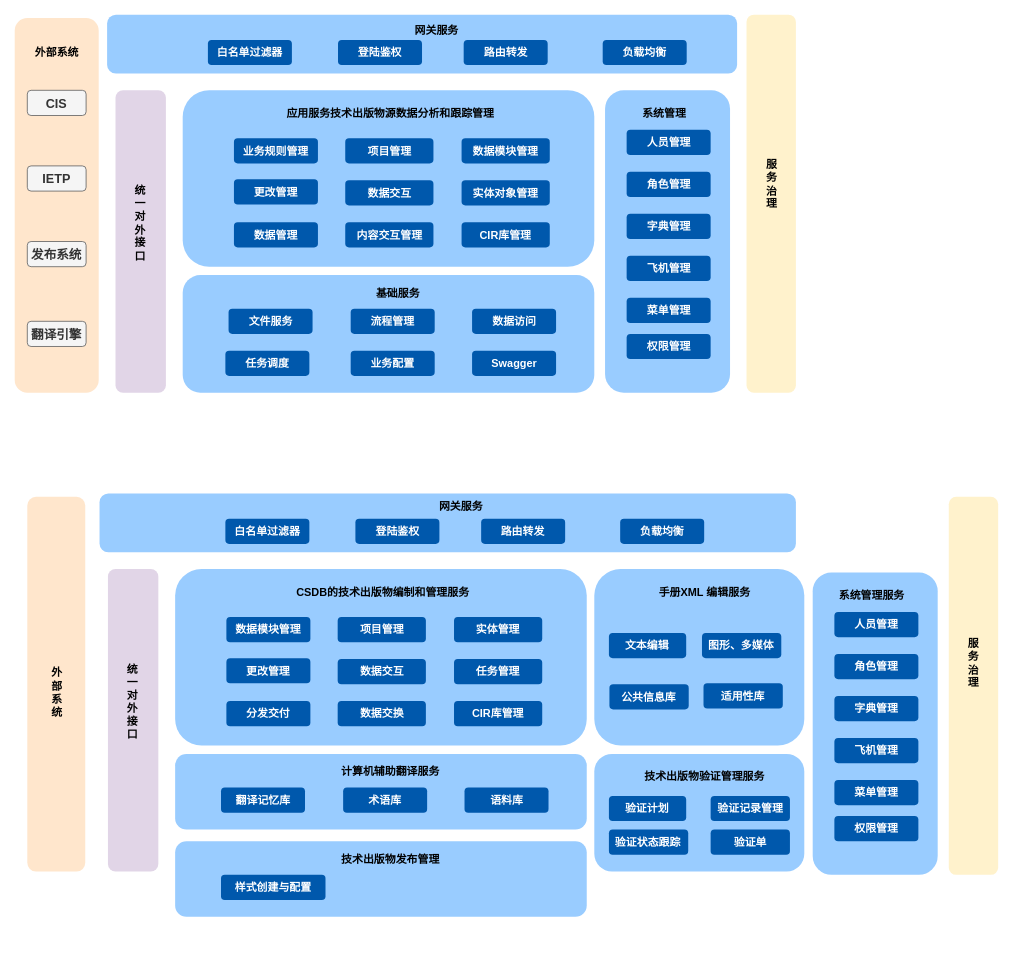
Above: 机载共性/机载共性应用架构.drawio in DemonHan/KuickBuy (draw.io), before the change. Source tidied: cells renumbered, new cells numbered last; positions are measured from the earlier drawing's top-left corner, leaving out a move shared by most shapes. Both pictures are drawn from the tidied source at 84%, with x=0, y=0 at pixel (14, 14).
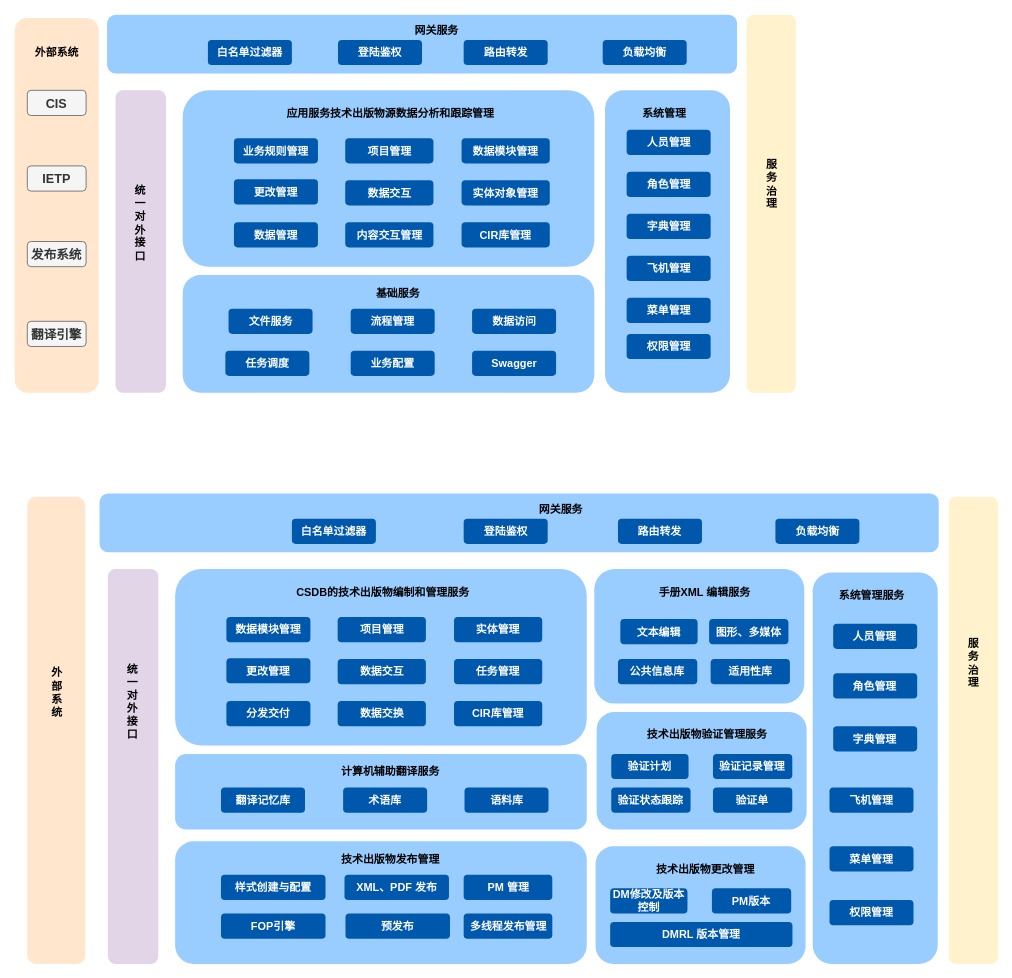
The same page after the edit.

Commit message (it also covers changes not shown here):
更新机载共性应用架构.drawio

What changed in the source:
```diff
@@
     <mxCell id="50" style="rounded=1;whiteSpace=wrap;html=1;fillColor=#99CCFF;strokeColor=none;" parent="1" vertex="1">
-      <mxGeometry x="950" y="664" width="148.8" height="360" as="geometry" />
+      <mxGeometry x="950" y="664" width="148.8" height="466" as="geometry" />
     </mxCell>
@@
     <mxCell id="52" value="人员管理" style="rounded=1;whiteSpace=wrap;html=1;fontStyle=1;fontSize=13;strokeColor=none;fillColor=#0058AC;fontColor=#FFFFFF;" parent="1" vertex="1">
-      <mxGeometry x="975.8" y="711" width="100" height="30" as="geometry" />
+      <mxGeometry x="974.4" y="725" width="100" height="30" as="geometry" />
     </mxCell>
     <mxCell id="53" value="角色管理" style="rounded=1;whiteSpace=wrap;html=1;fontStyle=1;fontSize=13;strokeColor=none;fillColor=#0058AC;fontColor=#FFFFFF;" parent="1" vertex="1">
-      <mxGeometry x="975.8" y="761" width="100" height="30" as="geometry" />
+      <mxGeometry x="974.4" y="784" width="100" height="30" as="geometry" />
     </mxCell>
     <mxCell id="54" value="字典管理" style="rounded=1;whiteSpace=wrap;html=1;fontStyle=1;fontSize=13;strokeColor=none;fillColor=#0058AC;fontColor=#FFFFFF;" parent="1" vertex="1">
-      <mxGeometry x="975.8" y="811" width="100" height="30" as="geometry" />
+      <mxGeometry x="974.4" y="847" width="100" height="30" as="geometry" />
     </mxCell>
     <mxCell id="55" value="飞机管理" style="rounded=1;whiteSpace=wrap;html=1;fontStyle=1;fontSize=13;strokeColor=none;fillColor=#0058AC;fontColor=#FFFFFF;" parent="1" vertex="1">
-      <mxGeometry x="975.8" y="861" width="100" height="30" as="geometry" />
+      <mxGeometry x="970" y="920" width="100" height="30" as="geometry" />
     </mxCell>
     <mxCell id="56" value="菜单管理" style="rounded=1;whiteSpace=wrap;html=1;fontStyle=1;fontSize=13;strokeColor=none;fillColor=#0058AC;fontColor=#FFFFFF;" parent="1" vertex="1">
-      <mxGeometry x="975.8" y="911" width="100" height="30" as="geometry" />
+      <mxGeometry x="970" y="990" width="100" height="30" as="geometry" />
     </mxCell>
     <mxCell id="57" value="权限管理" style="rounded=1;whiteSpace=wrap;html=1;fontStyle=1;fontSize=13;strokeColor=none;fillColor=#0058AC;fontColor=#FFFFFF;" parent="1" vertex="1">
-      <mxGeometry x="975.8" y="954" width="100" height="30" as="geometry" />
+      <mxGeometry x="970" y="1054" width="100" height="30" as="geometry" />
     </mxCell>
@@
     <mxCell id="69" style="rounded=1;whiteSpace=wrap;html=1;fillColor=#99CCFF;strokeColor=none;" parent="1" vertex="1">
-      <mxGeometry x="101" y="570" width="829" height="70" as="geometry" />
+      <mxGeometry x="101" y="570" width="999" height="70" as="geometry" />
     </mxCell>
     <mxCell id="70" value="网关服务" style="text;html=1;align=center;verticalAlign=middle;strokeColor=none;fillColor=none;fontStyle=1;fontSize=13;" parent="1" vertex="1">
-      <mxGeometry x="491" y="570" width="80" height="30" as="geometry" />
+      <mxGeometry x="610" y="574" width="80" height="30" as="geometry" />
     </mxCell>
     <mxCell id="71" value="白名单过滤器" style="rounded=1;whiteSpace=wrap;html=1;fontStyle=1;fontSize=13;strokeColor=none;fillColor=#0058AC;fontColor=#FFFFFF;" parent="1" vertex="1">
-      <mxGeometry x="250.8" y="600" width="100" height="30" as="geometry" />
+      <mxGeometry x="330" y="600" width="100" height="30" as="geometry" />
     </mxCell>
     <mxCell id="72" value="登陆鉴权" style="rounded=1;whiteSpace=wrap;html=1;fontStyle=1;fontSize=13;strokeColor=none;fillColor=#0058AC;fontColor=#FFFFFF;" parent="1" vertex="1">
-      <mxGeometry x="405.6" y="600" width="100" height="30" as="geometry" />
+      <mxGeometry x="534.5" y="600" width="100" height="30" as="geometry" />
     </mxCell>
     <mxCell id="73" value="路由转发" style="rounded=1;whiteSpace=wrap;html=1;fontStyle=1;fontSize=13;strokeColor=none;fillColor=#0058AC;fontColor=#FFFFFF;" parent="1" vertex="1">
-      <mxGeometry x="555.3" y="600" width="100" height="30" as="geometry" />
+      <mxGeometry x="718.2" y="600" width="100" height="30" as="geometry" />
     </mxCell>
     <mxCell id="74" value="负载均衡" style="rounded=1;whiteSpace=wrap;html=1;fontStyle=1;fontSize=13;strokeColor=none;fillColor=#0058AC;fontColor=#FFFFFF;" parent="1" vertex="1">
-      <mxGeometry x="720.8" y="600" width="100" height="30" as="geometry" />
+      <mxGeometry x="905.6" y="600" width="100" height="30" as="geometry" />
     </mxCell>
     <mxCell id="75" style="rounded=1;whiteSpace=wrap;html=1;fillColor=#e1d5e7;strokeColor=none;" parent="1" vertex="1">
-      <mxGeometry x="111" y="660" width="60" height="360" as="geometry" />
+      <mxGeometry x="111" y="660" width="60" height="470" as="geometry" />
     </mxCell>
@@
     <mxCell id="77" style="rounded=1;whiteSpace=wrap;html=1;fillColor=#fff2cc;strokeColor=none;" parent="1" vertex="1">
-      <mxGeometry x="1112" y="574" width="58.8" height="450" as="geometry" />
+      <mxGeometry x="1112" y="574" width="58.8" height="556" as="geometry" />
     </mxCell>
@@
     <mxCell id="79" style="rounded=1;whiteSpace=wrap;html=1;fillColor=#ffe6cc;strokeColor=none;" parent="1" vertex="1">
-      <mxGeometry x="15" y="574" width="69" height="446" as="geometry" />
+      <mxGeometry x="15" y="574" width="69" height="556" as="geometry" />
     </mxCell>
@@
     <mxCell id="81" style="rounded=1;whiteSpace=wrap;html=1;fillColor=#99CCFF;strokeColor=none;" parent="1" vertex="1">
-      <mxGeometry x="690" y="660" width="250" height="210" as="geometry" />
+      <mxGeometry x="690" y="660" width="250" height="160" as="geometry" />
     </mxCell>
@@
     <mxCell id="83" value="文本编辑" style="rounded=1;whiteSpace=wrap;html=1;fontStyle=1;fontSize=13;strokeColor=none;fillColor=#0058AC;fontColor=#FFFFFF;" parent="1" vertex="1">
-      <mxGeometry x="707.4" y="736" width="92" height="30" as="geometry" />
+      <mxGeometry x="721" y="719.5" width="92" height="30" as="geometry" />
     </mxCell>
     <mxCell id="84" value="图形、多媒体" style="rounded=1;whiteSpace=wrap;html=1;fontStyle=1;fontSize=13;strokeColor=none;fillColor=#0058AC;fontColor=#FFFFFF;" parent="1" vertex="1">
-      <mxGeometry x="818.2" y="736" width="94.4" height="30" as="geometry" />
+      <mxGeometry x="826.7" y="719.5" width="94.4" height="30" as="geometry" />
     </mxCell>
     <mxCell id="85" value="公共信息库" style="rounded=1;whiteSpace=wrap;html=1;fontStyle=1;fontSize=13;strokeColor=none;fillColor=#0058AC;fontColor=#FFFFFF;" parent="1" vertex="1">
-      <mxGeometry x="708" y="797" width="94.4" height="30" as="geometry" />
+      <mxGeometry x="718.2" y="767" width="94.4" height="30" as="geometry" />
     </mxCell>
     <mxCell id="86" value="适用性库" style="rounded=1;whiteSpace=wrap;html=1;fontStyle=1;fontSize=13;strokeColor=none;fillColor=#0058AC;fontColor=#FFFFFF;" parent="1" vertex="1">
-      <mxGeometry x="820" y="796" width="94.4" height="30" as="geometry" />
+      <mxGeometry x="828.5" y="767" width="94.4" height="30" as="geometry" />
     </mxCell>
     <mxCell id="87" style="rounded=1;whiteSpace=wrap;html=1;fillColor=#99CCFF;strokeColor=none;" parent="1" vertex="1">
-      <mxGeometry x="690" y="880" width="250" height="140" as="geometry" />
+      <mxGeometry x="692.8" y="830" width="250" height="140" as="geometry" />
     </mxCell>
     <mxCell id="88" value="技术出版物验证管理服务" style="text;html=1;align=center;verticalAlign=middle;strokeColor=none;fillColor=none;fontStyle=1;fontSize=13;" parent="1" vertex="1">
-      <mxGeometry x="735.6" y="892" width="170" height="30" as="geometry" />
+      <mxGeometry x="738.5" y="842" width="170" height="30" as="geometry" />
     </mxCell>
     <mxCell id="89" value="验证计划" style="rounded=1;whiteSpace=wrap;html=1;fontStyle=1;fontSize=13;strokeColor=none;fillColor=#0058AC;fontColor=#FFFFFF;" parent="1" vertex="1">
-      <mxGeometry x="707.4" y="930" width="92" height="30" as="geometry" />
+      <mxGeometry x="710.2" y="880" width="92" height="30" as="geometry" />
     </mxCell>
     <mxCell id="90" value="验证记录管理" style="rounded=1;whiteSpace=wrap;html=1;fontStyle=1;fontSize=13;strokeColor=none;fillColor=#0058AC;fontColor=#FFFFFF;" parent="1" vertex="1">
-      <mxGeometry x="828.5" y="930" width="94.4" height="30" as="geometry" />
+      <mxGeometry x="831.3" y="880" width="94.4" height="30" as="geometry" />
     </mxCell>
     <mxCell id="91" value="验证状态跟踪" style="rounded=1;whiteSpace=wrap;html=1;fontStyle=1;fontSize=13;strokeColor=none;fillColor=#0058AC;fontColor=#FFFFFF;" parent="1" vertex="1">
-      <mxGeometry x="707.4" y="970" width="94.4" height="30" as="geometry" />
+      <mxGeometry x="710.2" y="920" width="94.4" height="30" as="geometry" />
     </mxCell>
     <mxCell id="92" value="验证单" style="rounded=1;whiteSpace=wrap;html=1;fontStyle=1;fontSize=13;strokeColor=none;fillColor=#0058AC;fontColor=#FFFFFF;" parent="1" vertex="1">
-      <mxGeometry x="828.5" y="970" width="94.4" height="30" as="geometry" />
+      <mxGeometry x="831.3" y="920" width="94.4" height="30" as="geometry" />
     </mxCell>
     <mxCell id="93" style="rounded=1;whiteSpace=wrap;html=1;fillColor=#99CCFF;strokeColor=none;" parent="1" vertex="1">
-      <mxGeometry x="191" y="984" width="490" height="90" as="geometry" />
+      <mxGeometry x="191" y="984" width="490" height="146" as="geometry" />
     </mxCell>
@@
+    <mxCell id="96" value="XML、PDF 发布" style="rounded=1;whiteSpace=wrap;html=1;fontStyle=1;fontSize=13;strokeColor=none;fillColor=#0058AC;fontColor=#FFFFFF;" parent="1" vertex="1">
+      <mxGeometry x="392.6" y="1024" width="124.4" height="30" as="geometry" />
+    </mxCell>
+    <mxCell id="97" value="PM 管理" style="rounded=1;whiteSpace=wrap;html=1;fontStyle=1;fontSize=13;strokeColor=none;fillColor=#0058AC;fontColor=#FFFFFF;" parent="1" vertex="1">
+      <mxGeometry x="534.5" y="1024" width="105.5" height="30" as="geometry" />
+    </mxCell>
+    <mxCell id="98" value="FOP引擎" style="rounded=1;whiteSpace=wrap;html=1;fontStyle=1;fontSize=13;strokeColor=none;fillColor=#0058AC;fontColor=#FFFFFF;" parent="1" vertex="1">
+      <mxGeometry x="245.6" y="1070" width="124.4" height="30" as="geometry" />
+    </mxCell>
+    <mxCell id="99" value="预发布" style="rounded=1;whiteSpace=wrap;html=1;fontStyle=1;fontSize=13;strokeColor=none;fillColor=#0058AC;fontColor=#FFFFFF;" parent="1" vertex="1">
+      <mxGeometry x="393.8" y="1070" width="124.4" height="30" as="geometry" />
+    </mxCell>
+    <mxCell id="100" value="多线程发布管理" style="rounded=1;whiteSpace=wrap;html=1;fontStyle=1;fontSize=13;strokeColor=none;fillColor=#0058AC;fontColor=#FFFFFF;" parent="1" vertex="1">
+      <mxGeometry x="534.5" y="1070" width="105.5" height="30" as="geometry" />
+    </mxCell>
+    <mxCell id="101" style="rounded=1;whiteSpace=wrap;html=1;fillColor=#99CCFF;strokeColor=none;" parent="1" vertex="1">
+      <mxGeometry x="691.5" y="990" width="250" height="140" as="geometry" />
+    </mxCell>
+    <mxCell id="102" value="技术出版物更改管理" style="text;html=1;align=center;verticalAlign=middle;strokeColor=none;fillColor=none;fontStyle=1;fontSize=13;" parent="1" vertex="1">
+      <mxGeometry x="752.1" y="1002" width="140" height="30" as="geometry" />
+    </mxCell>
+    <mxCell id="103" value="DM修改及版本控制" style="rounded=1;whiteSpace=wrap;html=1;fontStyle=1;fontSize=13;strokeColor=none;fillColor=#0058AC;fontColor=#FFFFFF;" parent="1" vertex="1">
+      <mxGeometry x="708.9" y="1040" width="92" height="30" as="geometry" />
+    </mxCell>
+    <mxCell id="104" value="PM版本" style="rounded=1;whiteSpace=wrap;html=1;fontStyle=1;fontSize=13;strokeColor=none;fillColor=#0058AC;fontColor=#FFFFFF;" parent="1" vertex="1">
+      <mxGeometry x="830" y="1040" width="94.4" height="30" as="geometry" />
+    </mxCell>
+    <mxCell id="105" value="DMRL 版本管理" style="rounded=1;whiteSpace=wrap;html=1;fontStyle=1;fontSize=13;strokeColor=none;fillColor=#0058AC;fontColor=#FFFFFF;" parent="1" vertex="1">
+      <mxGeometry x="708.9" y="1080" width="217" height="30" as="geometry" />
+    </mxCell>
```
